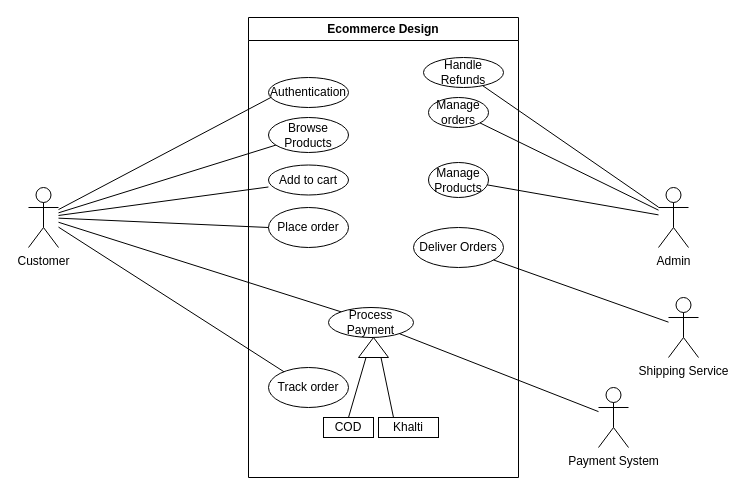
aviralale/tienda-bonita keeps this draw.io diagram as Ecommerce.drawio. Above is the earlier version. Source tidied: cells renumbered, new cells numbered last; positions are measured from the earlier drawing's top-left corner, leaving out a move shared by most shapes. Both pictures are drawn from the tidied source at 100%, with x=0, y=0 at pixel (28, 17).
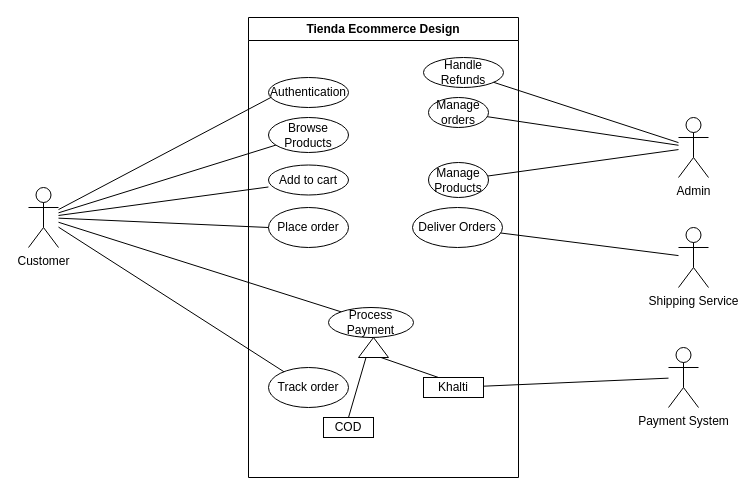
The same page after the edit.

Unchanged cells that the change refers to:
```xml
<mxCell id="11" value="Process Payment" style="ellipse;whiteSpace=wrap;html=1;" parent="2" vertex="1">
  <mxGeometry x="80" y="290" width="85" height="30" as="geometry" />
</mxCell>
```

Change to the diagram source:
```diff
@@
-    <mxCell id="2" value="&lt;div&gt;Ecommerce Design&lt;/div&gt;" style="swimlane;whiteSpace=wrap;html=1;" parent="1" vertex="1">
+    <mxCell id="2" value="&lt;div&gt;Tienda Ecommerce Design&lt;/div&gt;" style="swimlane;whiteSpace=wrap;html=1;" parent="1" vertex="1">
       <mxGeometry x="220" width="270" height="460" as="geometry" />
     </mxCell>
@@
     <mxCell id="10" value="Deliver Orders" style="ellipse;whiteSpace=wrap;html=1;" parent="2" vertex="1">
-      <mxGeometry x="165" y="210" width="90" height="40" as="geometry" />
+      <mxGeometry x="164" y="190" width="90" height="40" as="geometry" />
     </mxCell>
@@
     <mxCell id="15" value="Khalti" style="rounded=0;whiteSpace=wrap;html=1;" parent="2" vertex="1">
-      <mxGeometry x="130" y="400" width="60" height="20" as="geometry" />
+      <mxGeometry x="175" y="360" width="60" height="20" as="geometry" />
     </mxCell>
@@
     <mxCell id="21" value="&lt;div&gt;Admin&lt;/div&gt;" style="shape=umlActor;verticalLabelPosition=bottom;verticalAlign=top;html=1;outlineConnect=0;" parent="1" vertex="1">
-      <mxGeometry x="630" y="170" width="30" height="60" as="geometry" />
+      <mxGeometry x="650" y="100" width="30" height="60" as="geometry" />
     </mxCell>
@@
     <mxCell id="26" value="&lt;div&gt;Payment System&lt;/div&gt;" style="shape=umlActor;verticalLabelPosition=bottom;verticalAlign=top;html=1;outlineConnect=0;" parent="1" vertex="1">
-      <mxGeometry x="570" y="370" width="30" height="60" as="geometry" />
+      <mxGeometry x="640" y="330" width="30" height="60" as="geometry" />
     </mxCell>
     <mxCell id="27" value="Shipping Service" style="shape=umlActor;verticalLabelPosition=bottom;verticalAlign=top;html=1;outlineConnect=0;" parent="1" vertex="1">
-      <mxGeometry x="640" y="280" width="30" height="60" as="geometry" />
+      <mxGeometry x="650" y="210" width="30" height="60" as="geometry" />
     </mxCell>
@@
-    <mxCell id="29" style="endArrow=none;html=1;rounded=0;" parent="1" edge="1" source="11" target="26">
+    <mxCell id="29" style="endArrow=none;html=1;rounded=0;" parent="1" edge="1" source="15" target="26">
       <mxGeometry relative="1" as="geometry" />
     </mxCell>
```
